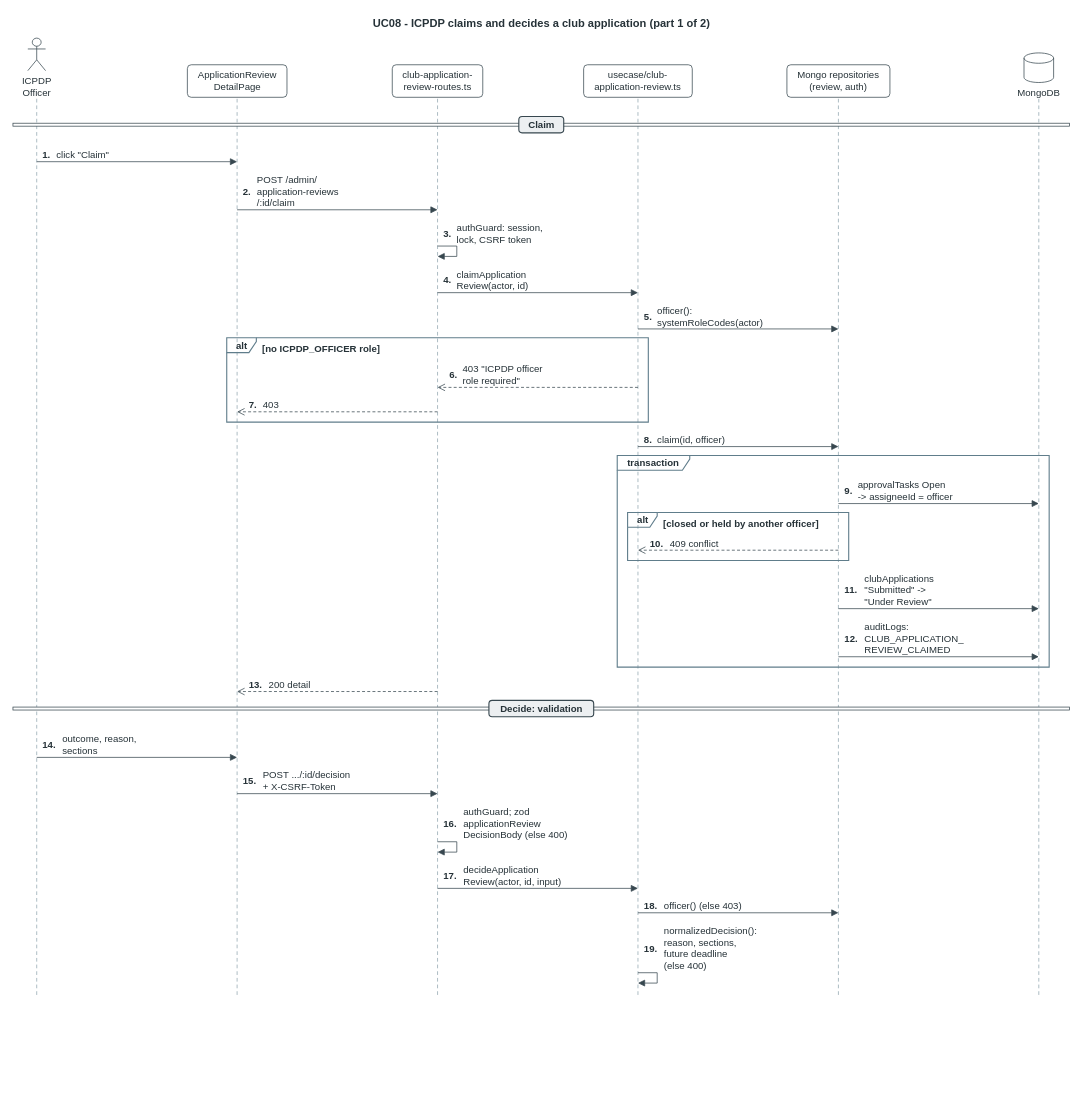
Earlier version of the draw.io diagram page "03 Decide club application (1/2)" (6 of 20) of docs/03-diagrams/UCMS_Sequence_Diagrams.drawio (nvdekay/ClubManagementSystem). Source tidied: cells renumbered, new cells numbered last; positions are measured from the earlier drawing's top-left corner, leaving out a move shared by most shapes. Both pictures are drawn from the tidied source at 74%, with x=0, y=0 at pixel (13, 13).
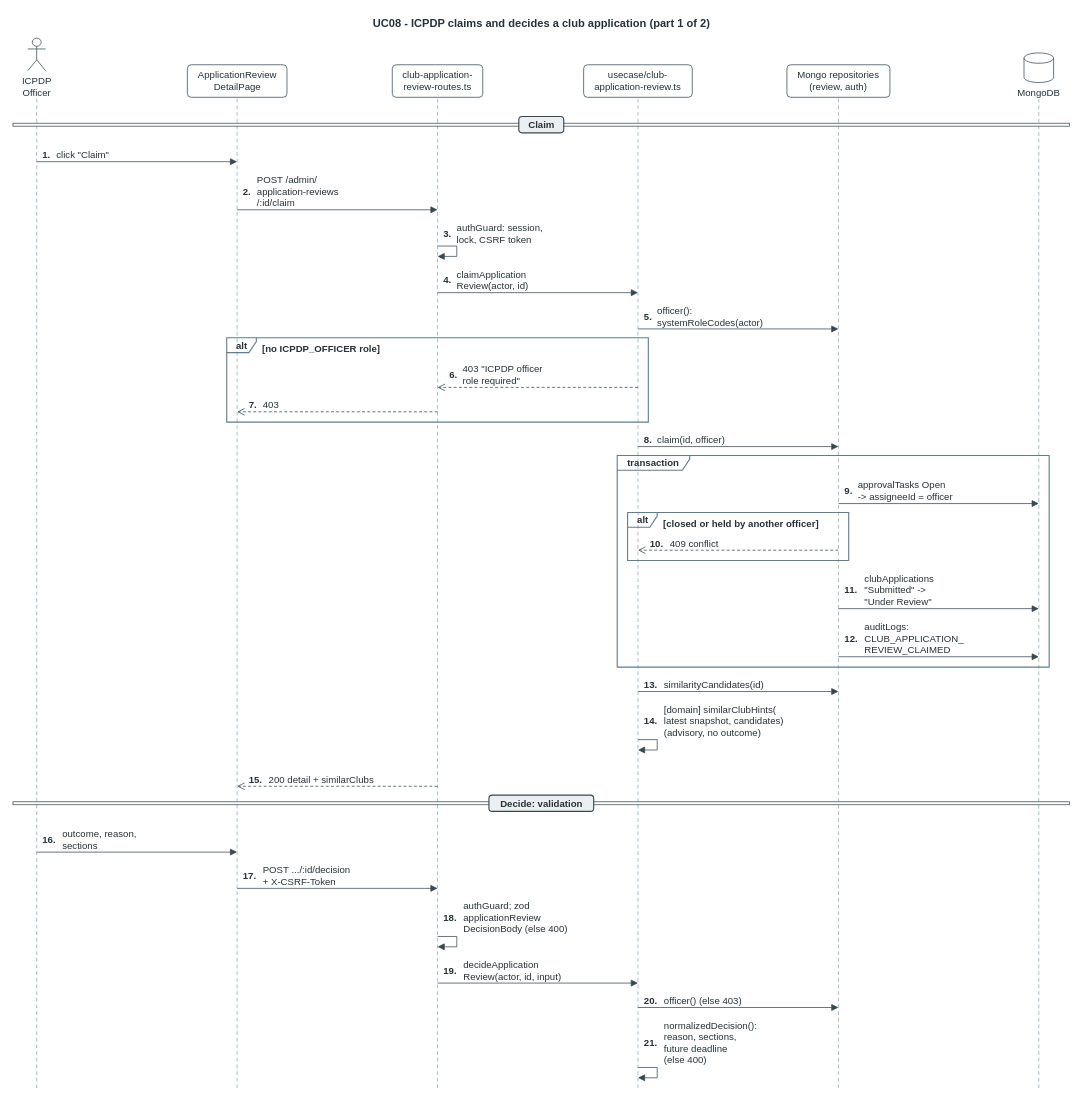
After the change.

The edit, as a diff of the source:
```diff
@@
     <mxCell id="3" style="html=1;endArrow=none;dashed=1;dashPattern=5 4;strokeColor=#90A4AE;strokeWidth=1;" parent="1" edge="1">
       <mxGeometry relative="1" as="geometry">
         <mxPoint x="32.1" y="116" as="sourcePoint" />
-        <mxPoint x="32.1" y="1329" as="targetPoint" />
+        <mxPoint x="32.1" y="1457" as="targetPoint" />
       </mxGeometry>
     </mxCell>
     <mxCell id="4" style="html=1;endArrow=none;dashed=1;dashPattern=5 4;strokeColor=#90A4AE;strokeWidth=1;" parent="1" edge="1">
       <mxGeometry relative="1" as="geometry">
         <mxPoint x="302.9" y="116" as="sourcePoint" />
-        <mxPoint x="302.9" y="1329" as="targetPoint" />
+        <mxPoint x="302.9" y="1457" as="targetPoint" />
       </mxGeometry>
     </mxCell>
     <mxCell id="5" style="html=1;endArrow=none;dashed=1;dashPattern=5 4;strokeColor=#90A4AE;strokeWidth=1;" parent="1" edge="1">
       <mxGeometry relative="1" as="geometry">
         <mxPoint x="573.8" y="116" as="sourcePoint" />
-        <mxPoint x="573.8" y="1329" as="targetPoint" />
+        <mxPoint x="573.8" y="1457" as="targetPoint" />
       </mxGeometry>
     </mxCell>
     <mxCell id="6" style="html=1;endArrow=none;dashed=1;dashPattern=5 4;strokeColor=#90A4AE;strokeWidth=1;" parent="1" edge="1">
       <mxGeometry relative="1" as="geometry">
         <mxPoint x="844.6" y="116" as="sourcePoint" />
-        <mxPoint x="844.6" y="1329" as="targetPoint" />
+        <mxPoint x="844.6" y="1457" as="targetPoint" />
       </mxGeometry>
     </mxCell>
     <mxCell id="7" style="html=1;endArrow=none;dashed=1;dashPattern=5 4;strokeColor=#90A4AE;strokeWidth=1;" parent="1" edge="1">
       <mxGeometry relative="1" as="geometry">
         <mxPoint x="1115.5" y="116" as="sourcePoint" />
-        <mxPoint x="1115.5" y="1329" as="targetPoint" />
+        <mxPoint x="1115.5" y="1457" as="targetPoint" />
       </mxGeometry>
     </mxCell>
     <mxCell id="8" style="html=1;endArrow=none;dashed=1;dashPattern=5 4;strokeColor=#90A4AE;strokeWidth=1;" parent="1" edge="1">
       <mxGeometry relative="1" as="geometry">
         <mxPoint x="1386.3" y="116" as="sourcePoint" />
-        <mxPoint x="1386.3" y="1329" as="targetPoint" />
+        <mxPoint x="1386.3" y="1457" as="targetPoint" />
       </mxGeometry>
     </mxCell>
@@
     <mxCell id="11" style="rounded=0;html=1;fillColor=#FFFFFF;strokeColor=#37474F;strokeWidth=1;" parent="1" vertex="1">
-      <mxGeometry y="938" width="1427.9" height="4" as="geometry" />
+      <mxGeometry y="1066" width="1427.9" height="4" as="geometry" />
     </mxCell>
     <mxCell id="12" value="Decide: validation" style="rounded=1;arcSize=20;html=1;whiteSpace=nowrap;fillColor=#ECEFF1;strokeColor=#37474F;strokeWidth=1.5;fontFamily=Arial;fontSize=13;fontStyle=1;fontColor=#263238;" parent="1" vertex="1">
-      <mxGeometry x="643.2" y="929" width="141.6" height="22" as="geometry" />
+      <mxGeometry x="643.2" y="1057" width="141.6" height="22" as="geometry" />
     </mxCell>
@@
+    <mxCell id="81" value="13." style="text;html=1;align=left;verticalAlign=top;spacing=0;whiteSpace=nowrap;fontFamily=Arial;fontSize=13;fontColor=#263238;fontStyle=1;" parent="1" vertex="1">
+      <mxGeometry x="852.6" y="896" width="23.2" height="16" as="geometry" />
+    </mxCell>
+    <mxCell id="82" value="similarityCandidates(id)" style="text;html=1;align=left;verticalAlign=top;spacing=0;whiteSpace=nowrap;fontFamily=Arial;fontSize=13;fontColor=#263238;fillColor=#FFFFFF;" parent="1" vertex="1">
+      <mxGeometry x="879.6" y="896" width="179.2" height="16" as="geometry" />
+    </mxCell>
+    <mxCell id="83" style="html=1;rounded=0;endArrow=block;endFill=1;endSize=7;strokeColor=#37474F;strokeWidth=1;" parent="1" edge="1">
+      <mxGeometry relative="1" as="geometry">
+        <mxPoint x="844.6" y="917" as="sourcePoint" />
+        <mxPoint x="1115.5" y="917" as="targetPoint" />
+      </mxGeometry>
+    </mxCell>
+    <mxCell id="84" value="14." style="text;html=1;align=left;verticalAlign=top;spacing=0;whiteSpace=nowrap;fontFamily=Arial;fontSize=13;fontColor=#263238;fontStyle=1;" parent="1" vertex="1">
+      <mxGeometry x="852.6" y="945" width="23.1" height="16" as="geometry" />
+    </mxCell>
+    <mxCell id="85" value="[domain] similarClubHints(&lt;br&gt;latest snapshot, candidates)&lt;br&gt;(advisory, no outcome)" style="text;html=1;align=left;verticalAlign=top;spacing=0;whiteSpace=nowrap;fontFamily=Arial;fontSize=13;fontColor=#263238;fillColor=#FFFFFF;" parent="1" vertex="1">
+      <mxGeometry x="879.6" y="929" width="208.4" height="48" as="geometry" />
+    </mxCell>
+    <mxCell id="86" style="html=1;rounded=0;endArrow=block;endFill=1;endSize=7;strokeColor=#37474F;strokeWidth=1;" parent="1" edge="1">
+      <mxGeometry relative="1" as="geometry">
+        <mxPoint x="844.6" y="982" as="sourcePoint" />
+        <mxPoint x="844.6" y="996" as="targetPoint" />
+        <Array as="points">
+          <mxPoint x="870.6" y="982" />
+          <mxPoint x="870.6" y="996" />
+        </Array>
+      </mxGeometry>
+    </mxCell>
-    <mxCell id="60" value="13." style="text;html=1;align=left;verticalAlign=top;spacing=0;whiteSpace=nowrap;fontFamily=Arial;fontSize=13;fontColor=#263238;fontStyle=1;" parent="1" vertex="1">
-      <mxGeometry x="318.9" y="896" width="23.1" height="16" as="geometry" />
+    <mxCell id="60" value="15." style="text;html=1;align=left;verticalAlign=top;spacing=0;whiteSpace=nowrap;fontFamily=Arial;fontSize=13;fontColor=#263238;fontStyle=1;" parent="1" vertex="1">
+      <mxGeometry x="318.9" y="1024" width="23.1" height="16" as="geometry" />
     </mxCell>
-    <mxCell id="61" value="200 detail" style="text;html=1;align=left;verticalAlign=top;spacing=0;whiteSpace=nowrap;fontFamily=Arial;fontSize=13;fontColor=#263238;fillColor=#FFFFFF;" parent="1" vertex="1">
-      <mxGeometry x="346" y="896" width="61.8" height="16" as="geometry" />
+    <mxCell id="61" value="200 detail + similarClubs" style="text;html=1;align=left;verticalAlign=top;spacing=0;whiteSpace=nowrap;fontFamily=Arial;fontSize=13;fontColor=#263238;fillColor=#FFFFFF;" parent="1" vertex="1">
+      <mxGeometry x="346" y="1024" width="160" height="16" as="geometry" />
     </mxCell>
     <mxCell id="62" style="html=1;rounded=0;dashed=1;dashPattern=4 3;endArrow=open;endFill=0;endSize=8;strokeColor=#37474F;strokeWidth=1;" parent="1" edge="1">
       <mxGeometry relative="1" as="geometry">
-        <mxPoint x="573.8" y="917" as="sourcePoint" />
-        <mxPoint x="302.9" y="917" as="targetPoint" />
+        <mxPoint x="573.8" y="1045" as="sourcePoint" />
+        <mxPoint x="302.9" y="1045" as="targetPoint" />
       </mxGeometry>
     </mxCell>
-    <mxCell id="63" value="14." style="text;html=1;align=left;verticalAlign=top;spacing=0;whiteSpace=nowrap;fontFamily=Arial;fontSize=13;fontColor=#263238;fontStyle=1;" parent="1" vertex="1">
-      <mxGeometry x="40.1" y="977" width="23.1" height="16" as="geometry" />
+    <mxCell id="63" value="16." style="text;html=1;align=left;verticalAlign=top;spacing=0;whiteSpace=nowrap;fontFamily=Arial;fontSize=13;fontColor=#263238;fontStyle=1;" parent="1" vertex="1">
+      <mxGeometry x="40.1" y="1105" width="23.1" height="16" as="geometry" />
     </mxCell>
     <mxCell id="64" value="outcome, reason,&lt;br&gt;sections" style="text;html=1;align=left;verticalAlign=top;spacing=0;whiteSpace=nowrap;fontFamily=Arial;fontSize=13;fontColor=#263238;fillColor=#FFFFFF;" parent="1" vertex="1">
-      <mxGeometry x="67.2" y="969" width="108.5" height="32" as="geometry" />
+      <mxGeometry x="67.2" y="1097" width="108.5" height="32" as="geometry" />
     </mxCell>
     <mxCell id="65" style="html=1;rounded=0;endArrow=block;endFill=1;endSize=7;strokeColor=#37474F;strokeWidth=1;" parent="1" edge="1">
       <mxGeometry relative="1" as="geometry">
-        <mxPoint x="32.1" y="1006" as="sourcePoint" />
-        <mxPoint x="302.9" y="1006" as="targetPoint" />
+        <mxPoint x="32.1" y="1134" as="sourcePoint" />
+        <mxPoint x="302.9" y="1134" as="targetPoint" />
       </mxGeometry>
     </mxCell>
-    <mxCell id="66" value="15." style="text;html=1;align=left;verticalAlign=top;spacing=0;whiteSpace=nowrap;fontFamily=Arial;fontSize=13;fontColor=#263238;fontStyle=1;" parent="1" vertex="1">
-      <mxGeometry x="310.9" y="1026" width="23.1" height="16" as="geometry" />
+    <mxCell id="66" value="17." style="text;html=1;align=left;verticalAlign=top;spacing=0;whiteSpace=nowrap;fontFamily=Arial;fontSize=13;fontColor=#263238;fontStyle=1;" parent="1" vertex="1">
+      <mxGeometry x="310.9" y="1154" width="23.1" height="16" as="geometry" />
     </mxCell>
     <mxCell id="67" value="POST .../:id/decision&lt;br&gt;+ X-CSRF-Token" style="text;html=1;align=left;verticalAlign=top;spacing=0;whiteSpace=nowrap;fontFamily=Arial;fontSize=13;fontColor=#263238;fillColor=#FFFFFF;" parent="1" vertex="1">
-      <mxGeometry x="338" y="1018" width="127.6" height="32" as="geometry" />
+      <mxGeometry x="338" y="1146" width="127.6" height="32" as="geometry" />
     </mxCell>
     <mxCell id="68" style="html=1;rounded=0;endArrow=block;endFill=1;endSize=7;strokeColor=#37474F;strokeWidth=1;" parent="1" edge="1">
       <mxGeometry relative="1" as="geometry">
-        <mxPoint x="302.9" y="1055" as="sourcePoint" />
-        <mxPoint x="573.8" y="1055" as="targetPoint" />
+        <mxPoint x="302.9" y="1183" as="sourcePoint" />
+        <mxPoint x="573.8" y="1183" as="targetPoint" />
       </mxGeometry>
     </mxCell>
-    <mxCell id="69" value="16." style="text;html=1;align=left;verticalAlign=top;spacing=0;whiteSpace=nowrap;fontFamily=Arial;fontSize=13;fontColor=#263238;fontStyle=1;" parent="1" vertex="1">
-      <mxGeometry x="581.8" y="1083" width="23.1" height="16" as="geometry" />
+    <mxCell id="69" value="18." style="text;html=1;align=left;verticalAlign=top;spacing=0;whiteSpace=nowrap;fontFamily=Arial;fontSize=13;fontColor=#263238;fontStyle=1;" parent="1" vertex="1">
+      <mxGeometry x="581.8" y="1211" width="23.1" height="16" as="geometry" />
     </mxCell>
     <mxCell id="70" value="authGuard; zod&lt;br&gt;applicationReview&lt;br&gt;DecisionBody (else 400)" style="text;html=1;align=left;verticalAlign=top;spacing=0;whiteSpace=nowrap;fontFamily=Arial;fontSize=13;fontColor=#263238;fillColor=#FFFFFF;" parent="1" vertex="1">
-      <mxGeometry x="608.9" y="1067" width="151.3" height="48" as="geometry" />
+      <mxGeometry x="608.9" y="1195" width="151.3" height="48" as="geometry" />
     </mxCell>
     <mxCell id="71" style="html=1;rounded=0;endArrow=block;endFill=1;endSize=7;strokeColor=#37474F;strokeWidth=1;" parent="1" edge="1">
       <mxGeometry relative="1" as="geometry">
-        <mxPoint x="573.8" y="1120" as="sourcePoint" />
-        <mxPoint x="573.8" y="1134" as="targetPoint" />
+        <mxPoint x="573.8" y="1248" as="sourcePoint" />
+        <mxPoint x="573.8" y="1262" as="targetPoint" />
         <Array as="points">
-          <mxPoint x="599.8" y="1120" />
-          <mxPoint x="599.8" y="1134" />
+          <mxPoint x="599.8" y="1248" />
+          <mxPoint x="599.8" y="1262" />
         </Array>
       </mxGeometry>
     </mxCell>
-    <mxCell id="72" value="17." style="text;html=1;align=left;verticalAlign=top;spacing=0;whiteSpace=nowrap;fontFamily=Arial;fontSize=13;fontColor=#263238;fontStyle=1;" parent="1" vertex="1">
-      <mxGeometry x="581.8" y="1154" width="23.1" height="16" as="geometry" />
+    <mxCell id="72" value="19." style="text;html=1;align=left;verticalAlign=top;spacing=0;whiteSpace=nowrap;fontFamily=Arial;fontSize=13;fontColor=#263238;fontStyle=1;" parent="1" vertex="1">
+      <mxGeometry x="581.8" y="1282" width="23.1" height="16" as="geometry" />
     </mxCell>
     <mxCell id="73" value="decideApplication&lt;br&gt;Review(actor, id, input)" style="text;html=1;align=left;verticalAlign=top;spacing=0;whiteSpace=nowrap;fontFamily=Arial;fontSize=13;fontColor=#263238;fillColor=#FFFFFF;" parent="1" vertex="1">
-      <mxGeometry x="608.9" y="1146" width="142.9" height="32" as="geometry" />
+      <mxGeometry x="608.9" y="1274" width="142.9" height="32" as="geometry" />
     </mxCell>
     <mxCell id="74" style="html=1;rounded=0;endArrow=block;endFill=1;endSize=7;strokeColor=#37474F;strokeWidth=1;" parent="1" edge="1">
       <mxGeometry relative="1" as="geometry">
-        <mxPoint x="573.8" y="1183" as="sourcePoint" />
-        <mxPoint x="844.6" y="1183" as="targetPoint" />
+        <mxPoint x="573.8" y="1311" as="sourcePoint" />
+        <mxPoint x="844.6" y="1311" as="targetPoint" />
       </mxGeometry>
     </mxCell>
-    <mxCell id="75" value="18." style="text;html=1;align=left;verticalAlign=top;spacing=0;whiteSpace=nowrap;fontFamily=Arial;fontSize=13;fontColor=#263238;fontStyle=1;" parent="1" vertex="1">
-      <mxGeometry x="852.6" y="1195" width="23.1" height="16" as="geometry" />
+    <mxCell id="75" value="20." style="text;html=1;align=left;verticalAlign=top;spacing=0;whiteSpace=nowrap;fontFamily=Arial;fontSize=13;fontColor=#263238;fontStyle=1;" parent="1" vertex="1">
+      <mxGeometry x="852.6" y="1323" width="23.1" height="16" as="geometry" />
     </mxCell>
     <mxCell id="76" value="officer() (else 403)" style="text;html=1;align=left;verticalAlign=top;spacing=0;whiteSpace=nowrap;fontFamily=Arial;fontSize=13;fontColor=#263238;fillColor=#FFFFFF;" parent="1" vertex="1">
-      <mxGeometry x="879.7" y="1195" width="113.8" height="16" as="geometry" />
+      <mxGeometry x="879.7" y="1323" width="113.8" height="16" as="geometry" />
     </mxCell>
     <mxCell id="77" style="html=1;rounded=0;endArrow=block;endFill=1;endSize=7;strokeColor=#37474F;strokeWidth=1;" parent="1" edge="1">
       <mxGeometry relative="1" as="geometry">
-        <mxPoint x="844.6" y="1216" as="sourcePoint" />
-        <mxPoint x="1115.5" y="1216" as="targetPoint" />
+        <mxPoint x="844.6" y="1344" as="sourcePoint" />
+        <mxPoint x="1115.5" y="1344" as="targetPoint" />
       </mxGeometry>
     </mxCell>
-    <mxCell id="78" value="19." style="text;html=1;align=left;verticalAlign=top;spacing=0;whiteSpace=nowrap;fontFamily=Arial;fontSize=13;fontColor=#263238;fontStyle=1;" parent="1" vertex="1">
-      <mxGeometry x="852.6" y="1252" width="23.1" height="16" as="geometry" />
+    <mxCell id="78" value="21." style="text;html=1;align=left;verticalAlign=top;spacing=0;whiteSpace=nowrap;fontFamily=Arial;fontSize=13;fontColor=#263238;fontStyle=1;" parent="1" vertex="1">
+      <mxGeometry x="852.6" y="1380" width="23.1" height="16" as="geometry" />
     </mxCell>
     <mxCell id="79" value="normalizedDecision():&lt;br&gt;reason, sections,&lt;br&gt;future deadline&lt;br&gt;(else 400)" style="text;html=1;align=left;verticalAlign=top;spacing=0;whiteSpace=nowrap;fontFamily=Arial;fontSize=13;fontColor=#263238;fillColor=#FFFFFF;" parent="1" vertex="1">
-      <mxGeometry x="879.7" y="1228" width="135.2" height="64" as="geometry" />
+      <mxGeometry x="879.7" y="1356" width="135.2" height="64" as="geometry" />
     </mxCell>
     <mxCell id="80" style="html=1;rounded=0;endArrow=block;endFill=1;endSize=7;strokeColor=#37474F;strokeWidth=1;" parent="1" edge="1">
       <mxGeometry relative="1" as="geometry">
-        <mxPoint x="844.6" y="1297" as="sourcePoint" />
-        <mxPoint x="844.6" y="1311" as="targetPoint" />
+        <mxPoint x="844.6" y="1425" as="sourcePoint" />
+        <mxPoint x="844.6" y="1439" as="targetPoint" />
         <Array as="points">
-          <mxPoint x="870.6" y="1297" />
-          <mxPoint x="870.6" y="1311" />
+          <mxPoint x="870.6" y="1425" />
+          <mxPoint x="870.6" y="1439" />
         </Array>
       </mxGeometry>
     </mxCell>
```
